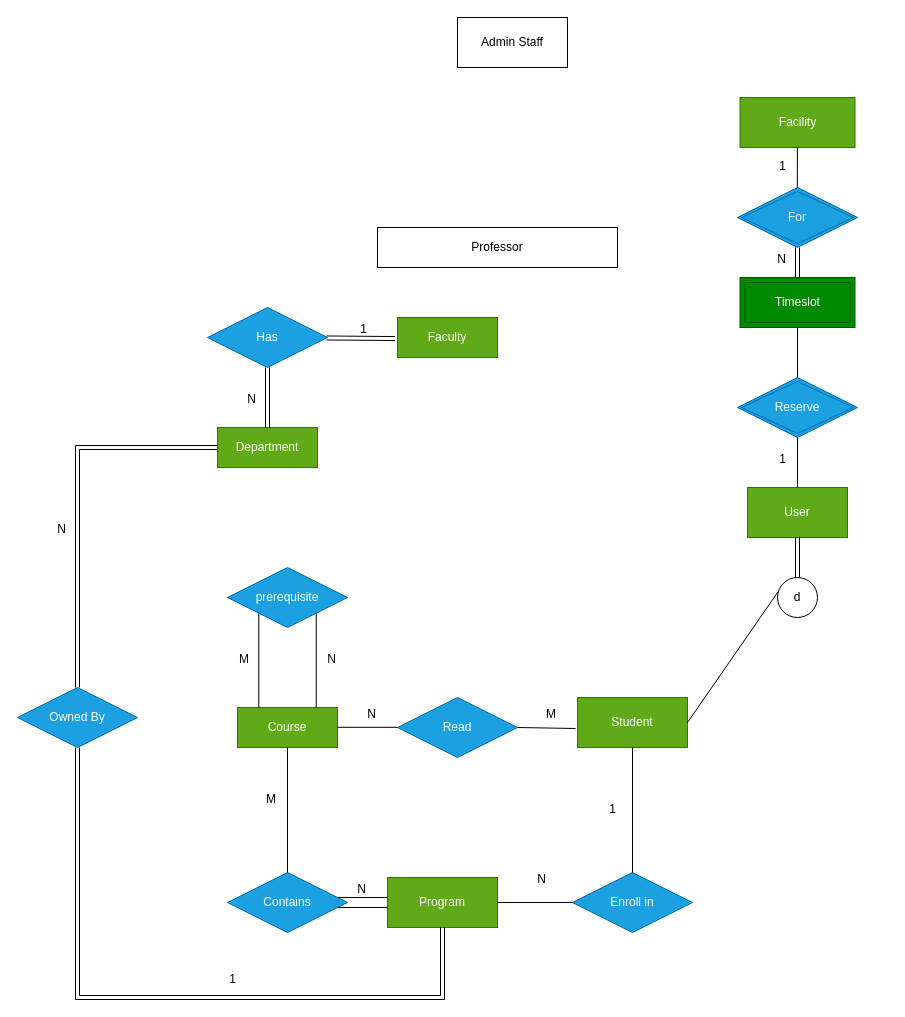
Before: Untitled Diagram.drawio in Path-yang/Maritime-Hackathon-2025, a draw.io diagram. Source tidied: cells renumbered, new cells numbered last; positions are measured from the earlier drawing's top-left corner, leaving out a move shared by most shapes. Both pictures are drawn from the tidied source at 100%, with x=0, y=0 at pixel (17, 17).
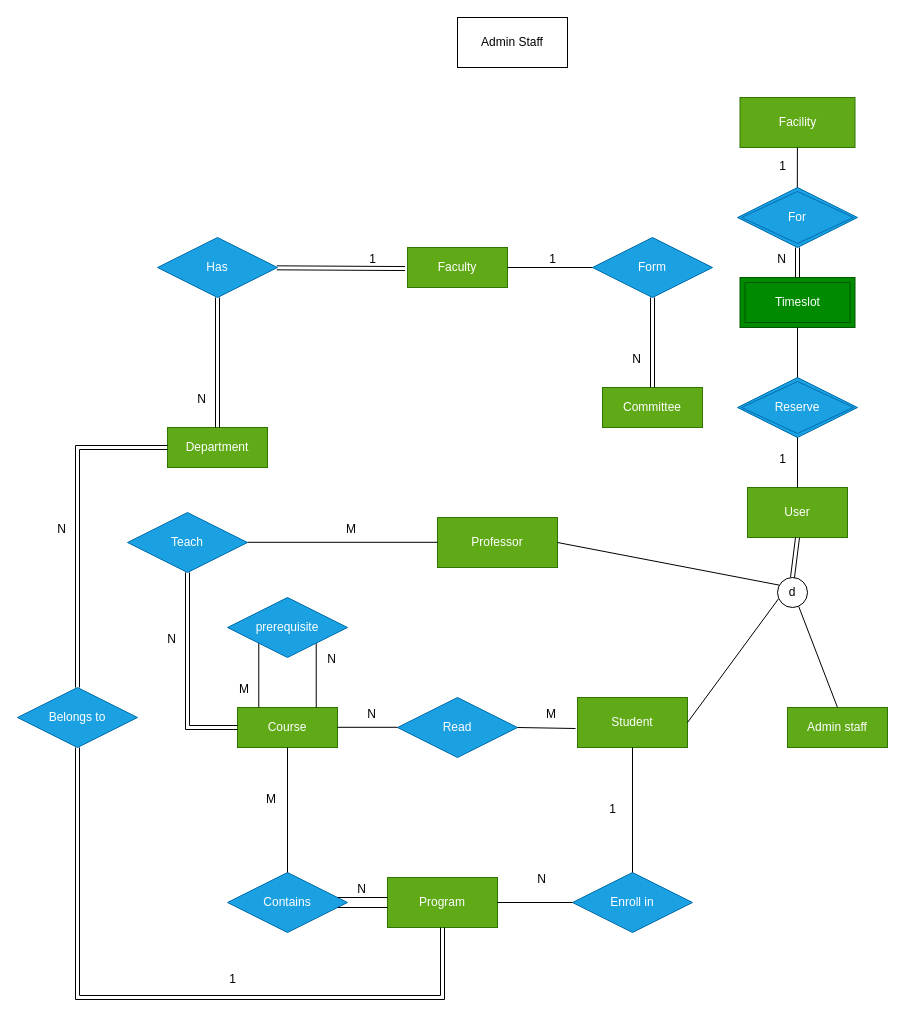
Above is the later version.

Unchanged cells that the change refers to:
```xml
<mxCell id="6" value="Student" style="rounded=0;whiteSpace=wrap;html=1;fillColor=#60a917;fontColor=#ffffff;strokeColor=#2D7600;" parent="1" vertex="1">
  <mxGeometry x="560" y="680" width="110" height="50" as="geometry" />
</mxCell>
<mxCell id="16" value="Course" style="whiteSpace=wrap;html=1;align=center;fillColor=#60a917;fontColor=#ffffff;strokeColor=#2D7600;" parent="1" vertex="1">
  <mxGeometry x="220" y="690" width="100" height="40" as="geometry" />
</mxCell>
```

The edit, as a diff of the source:
```diff
@@
     <mxCell id="3" value="d" style="ellipse;whiteSpace=wrap;html=1;" parent="1" vertex="1">
-      <mxGeometry x="760" y="560" width="40" height="40" as="geometry" />
+      <mxGeometry x="760" y="560" width="30" height="30" as="geometry" />
     </mxCell>
-    <mxCell id="4" value="Professor" style="rounded=0;whiteSpace=wrap;html=1;" parent="1" vertex="1">
-      <mxGeometry x="360" y="210" width="240" height="40" as="geometry" />
+    <mxCell id="4" value="Professor" style="rounded=0;whiteSpace=wrap;html=1;fillColor=#60a917;fontColor=#ffffff;strokeColor=#2D7600;" parent="1" vertex="1">
+      <mxGeometry x="420" y="500" width="120" height="50" as="geometry" />
     </mxCell>
@@
-    <mxCell id="22" style="endArrow=none;html=1;rounded=0;entryX=0.019;entryY=0.349;entryDx=0;entryDy=0;entryPerimeter=0;exitX=1;exitY=0.5;exitDx=0;exitDy=0;" parent="1" edge="1" source="6" target="3">
+    <mxCell id="22" style="endArrow=none;html=1;rounded=0;entryX=0.027;entryY=0.719;entryDx=0;entryDy=0;entryPerimeter=0;exitX=1;exitY=0.5;exitDx=0;exitDy=0;" parent="1" edge="1" source="6" target="3">
       <mxGeometry relative="1" as="geometry" />
     </mxCell>
@@
     <mxCell id="35" style="shape=link;html=1;rounded=0;width=57.44186046511628;entryX=0.5;entryY=0;entryDx=0;entryDy=0;" parent="1" edge="1" target="16">
       <mxGeometry relative="1" as="geometry">
-        <mxPoint x="270" y="590" as="sourcePoint" />
+        <mxPoint x="270" y="620" as="sourcePoint" />
       </mxGeometry>
     </mxCell>
@@
     <mxCell id="38" value="prerequisite" style="shape=rhombus;perimeter=rhombusPerimeter;whiteSpace=wrap;html=1;align=center;fillColor=#1ba1e2;fontColor=#ffffff;strokeColor=#006EAF;" parent="1" vertex="1">
-      <mxGeometry x="210" y="550" width="120" height="60" as="geometry" />
+      <mxGeometry x="210" y="580" width="120" height="60" as="geometry" />
     </mxCell>
     <mxCell id="39" value="Department" style="whiteSpace=wrap;html=1;align=center;fillColor=#60a917;fontColor=#ffffff;strokeColor=#2D7600;" parent="1" vertex="1">
-      <mxGeometry x="200" y="410" width="100" height="40" as="geometry" />
+      <mxGeometry x="150" y="410" width="100" height="40" as="geometry" />
     </mxCell>
-    <mxCell id="40" value="Owned By" style="shape=rhombus;perimeter=rhombusPerimeter;whiteSpace=wrap;html=1;align=center;fillColor=#1ba1e2;fontColor=#ffffff;strokeColor=#006EAF;" parent="1" vertex="1">
+    <mxCell id="40" value="Belongs to" style="shape=rhombus;perimeter=rhombusPerimeter;whiteSpace=wrap;html=1;align=center;fillColor=#1ba1e2;fontColor=#ffffff;strokeColor=#006EAF;" parent="1" vertex="1">
       <mxGeometry y="670" width="120" height="60" as="geometry" />
     </mxCell>
@@
     <mxCell id="45" value="Faculty" style="whiteSpace=wrap;html=1;align=center;fillColor=#60a917;fontColor=#ffffff;strokeColor=#2D7600;" parent="1" vertex="1">
-      <mxGeometry x="380" y="300" width="100" height="40" as="geometry" />
+      <mxGeometry x="390" y="230" width="100" height="40" as="geometry" />
     </mxCell>
     <mxCell id="46" value="Has" style="shape=rhombus;perimeter=rhombusPerimeter;whiteSpace=wrap;html=1;align=center;fillColor=#1ba1e2;fontColor=#ffffff;strokeColor=#006EAF;" parent="1" vertex="1">
-      <mxGeometry x="190" y="290" width="120" height="60" as="geometry" />
+      <mxGeometry x="140" y="220" width="120" height="60" as="geometry" />
     </mxCell>
@@
+    <mxCell id="54" value="Committee" style="whiteSpace=wrap;html=1;align=center;fillColor=#60a917;fontColor=#ffffff;strokeColor=#2D7600;" parent="1" vertex="1">
+      <mxGeometry x="585" y="370" width="100" height="40" as="geometry" />
+    </mxCell>
+    <mxCell id="55" value="Form" style="shape=rhombus;perimeter=rhombusPerimeter;whiteSpace=wrap;html=1;align=center;fillColor=#1ba1e2;fontColor=#ffffff;strokeColor=#006EAF;" parent="1" vertex="1">
+      <mxGeometry x="575" y="220" width="120" height="60" as="geometry" />
+    </mxCell>
+    <mxCell id="56" style="endArrow=none;html=1;rounded=0;exitX=1;exitY=0.5;exitDx=0;exitDy=0;" parent="1" edge="1" source="45" target="55">
+      <mxGeometry relative="1" as="geometry" />
+    </mxCell>
+    <mxCell id="57" value="1" style="html=1;whiteSpace=wrap;align=right;verticalAlign=bottom;" parent="56" vertex="1">
+      <mxGeometry x="1" relative="1" as="geometry">
+        <mxPoint x="-35" as="offset" />
+      </mxGeometry>
+    </mxCell>
+    <mxCell id="58" style="shape=link;html=1;rounded=0;exitX=0.5;exitY=1;exitDx=0;exitDy=0;entryX=0.5;entryY=0;entryDx=0;entryDy=0;" parent="1" edge="1" source="55" target="54">
+      <mxGeometry relative="1" as="geometry" />
+    </mxCell>
+    <mxCell id="59" value="N" style="html=1;whiteSpace=wrap;align=right;verticalAlign=bottom;" parent="58" vertex="1">
+      <mxGeometry x="1" relative="1" as="geometry">
+        <mxPoint x="-10" y="-20" as="offset" />
+      </mxGeometry>
+    </mxCell>
+    <mxCell id="60" value="Admin staff" style="whiteSpace=wrap;html=1;align=center;fillColor=#60a917;fontColor=#ffffff;strokeColor=#2D7600;" parent="1" vertex="1">
+      <mxGeometry x="770" y="690" width="100" height="40" as="geometry" />
+    </mxCell>
+    <mxCell id="61" style="endArrow=none;html=1;rounded=0;entryX=0.5;entryY=0;entryDx=0;entryDy=0;exitX=0.706;exitY=0.963;exitDx=0;exitDy=0;exitPerimeter=0;" parent="1" edge="1" source="3" target="60">
+      <mxGeometry relative="1" as="geometry" />
+    </mxCell>
+    <mxCell id="62" style="endArrow=none;html=1;rounded=0;exitX=1;exitY=0.5;exitDx=0;exitDy=0;entryX=0.057;entryY=0.254;entryDx=0;entryDy=0;entryPerimeter=0;" parent="1" edge="1" source="4" target="3">
+      <mxGeometry relative="1" as="geometry" />
+    </mxCell>
+    <mxCell id="63" value="Teach" style="shape=rhombus;perimeter=rhombusPerimeter;whiteSpace=wrap;html=1;align=center;fillColor=#1ba1e2;fontColor=#ffffff;strokeColor=#006EAF;" parent="1" vertex="1">
+      <mxGeometry x="110" y="495" width="120" height="60" as="geometry" />
+    </mxCell>
+    <mxCell id="64" style="endArrow=none;html=1;rounded=0;exitX=1;exitY=0.5;exitDx=0;exitDy=0;entryX=0;entryY=0.5;entryDx=0;entryDy=0;" parent="1" edge="1">
+      <mxGeometry relative="1" as="geometry">
+        <mxPoint x="230" y="524.8" as="sourcePoint" />
+        <mxPoint x="420" y="524.8" as="targetPoint" />
+      </mxGeometry>
+    </mxCell>
+    <mxCell id="65" value="M" style="html=1;whiteSpace=wrap;align=right;verticalAlign=bottom;" parent="64" vertex="1">
+      <mxGeometry x="1" relative="1" as="geometry">
+        <mxPoint x="-80" y="-5" as="offset" />
+      </mxGeometry>
+    </mxCell>
+    <mxCell id="66" style="shape=link;html=1;rounded=0;exitX=0.5;exitY=1;exitDx=0;exitDy=0;entryX=0;entryY=0.5;entryDx=0;entryDy=0;" parent="1" edge="1" source="63" target="16">
+      <mxGeometry relative="1" as="geometry">
+        <Array as="points">
+          <mxPoint x="170" y="710" />
+        </Array>
+      </mxGeometry>
+    </mxCell>
+    <mxCell id="67" value="N" style="html=1;whiteSpace=wrap;align=right;verticalAlign=bottom;" parent="66" vertex="1">
+      <mxGeometry x="1" relative="1" as="geometry">
+        <mxPoint x="-60" y="-80" as="offset" />
+      </mxGeometry>
+    </mxCell>
```
